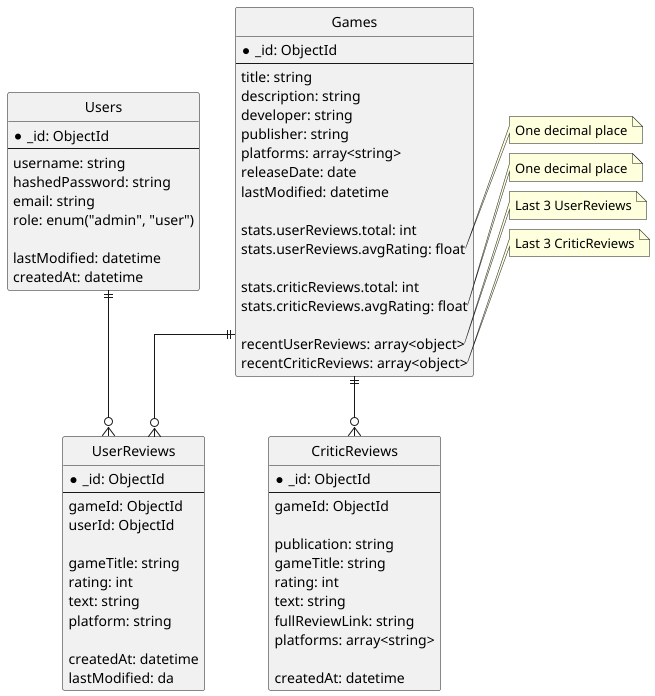
Earlier version of the PlantUML export nosql_model/er.png (moevm/nosql1h25-review).
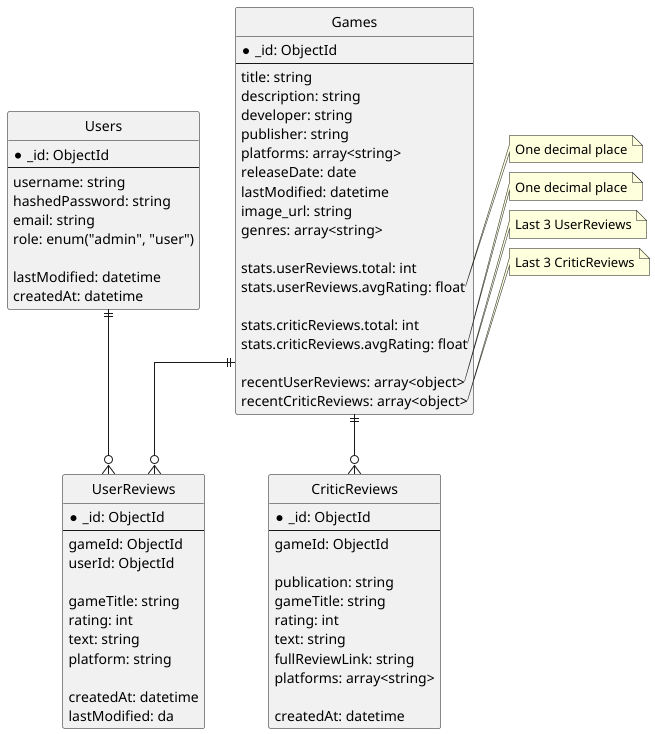
After the commit.

Commit message:
Add genres and imageUrl to games collection

The edit, as a diff of the source:
```diff
@@ -12,6 +12,8 @@
   platforms: array<string>
   releaseDate: date
   lastModified: datetime
+  image_url: string
+  genres: array<string>
 
   stats.userReviews.total: int
   stats.userReviews.avgRating: float
```
